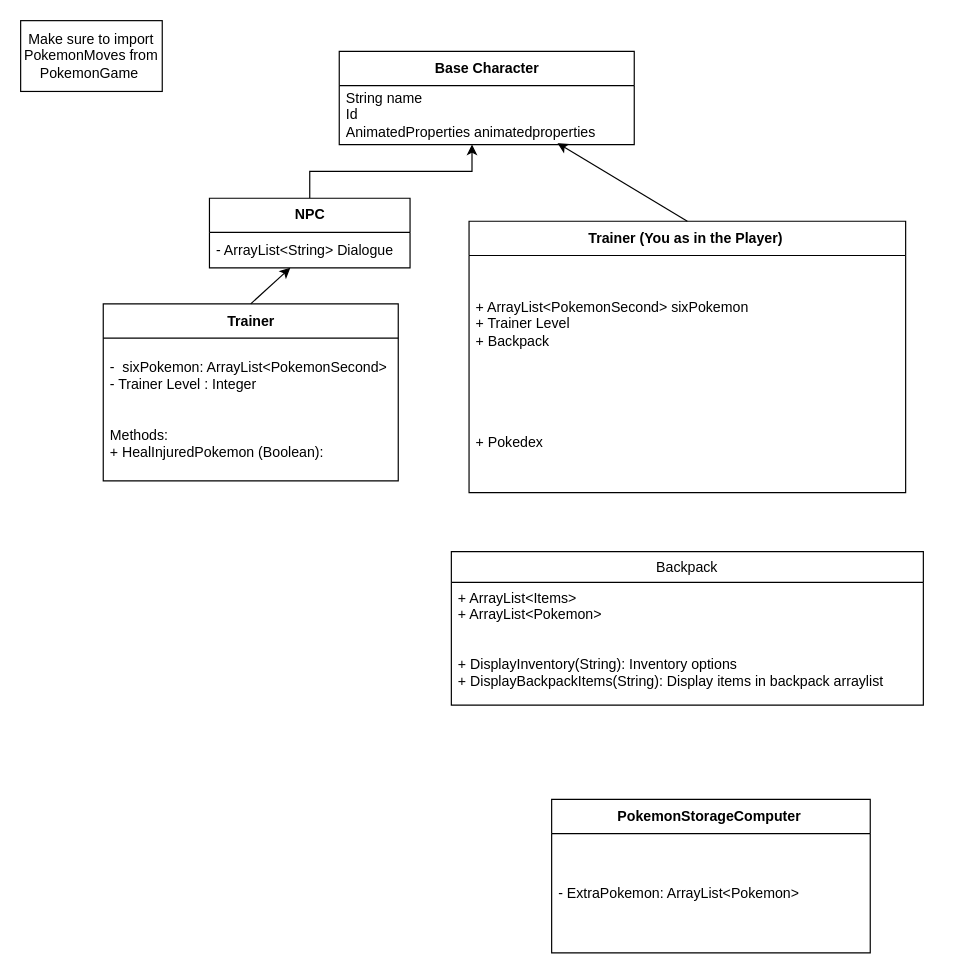
The draw.io diagram Character.drawio in Seneca-Foundation/WebPokedexGame, before the edit. Source tidied: cells renumbered, new cells numbered last; positions are measured from the earlier drawing's top-left corner, leaving out a move shared by most shapes. Both pictures are drawn from the tidied source at 118%, with x=0, y=0 at pixel (20, 20).
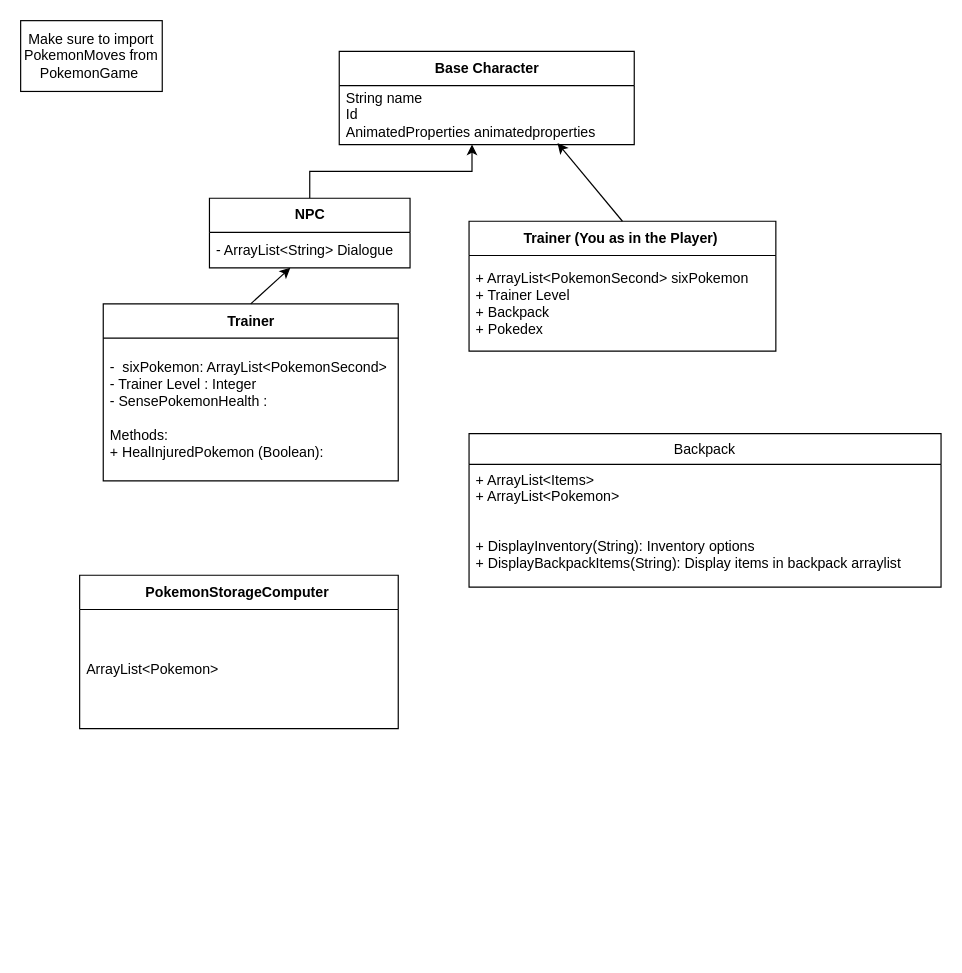
The same diagram, later.

The edit, as a diff of the source:
```diff
@@
 <mxGraphModel>
   <root>
     <mxCell id="0" />
     <mxCell id="1" parent="0" />
     <mxCell id="2" value="Base Character" style="swimlane;fontStyle=1;align=center;verticalAlign=middle;horizontal=1;startSize=29;html=1;" parent="1" vertex="1">
       <mxGeometry x="270" y="26" width="250" height="79" as="geometry" />
     </mxCell>
     <mxCell id="3" value="String name&lt;br&gt;Id&lt;br&gt;AnimatedProperties animatedproperties&amp;nbsp;" style="text;html=1;strokeColor=none;fillColor=none;align=left;verticalAlign=middle;spacingLeft=4;spacingRight=4;overflow=hidden;points=[[0,0.5],[1,0.5]];portConstraint=eastwest;" parent="2" vertex="1">
       <mxGeometry y="29" width="250" height="50" as="geometry" />
     </mxCell>
     <mxCell id="4" value="Trainer" style="swimlane;fontStyle=1;align=center;verticalAlign=middle;horizontal=1;startSize=29;html=1;" parent="1" vertex="1">
       <mxGeometry x="70" y="240" width="250" height="150" as="geometry" />
     </mxCell>
-    <mxCell id="5" value="-&amp;nbsp; sixPokemon: ArrayList&amp;lt;PokemonSecond&amp;gt;&lt;br&gt;- Trainer Level : Integer&amp;nbsp;&lt;br&gt;&lt;br&gt;&lt;br&gt;Methods:&amp;nbsp;&lt;br&gt;+ HealInjuredPokemon (Boolean):&amp;nbsp;" style="text;html=1;strokeColor=none;fillColor=none;align=left;verticalAlign=middle;spacingLeft=4;spacingRight=4;overflow=hidden;" parent="4" vertex="1">
+    <mxCell id="5" value="-&amp;nbsp; sixPokemon: ArrayList&amp;lt;PokemonSecond&amp;gt;&lt;br&gt;- Trainer Level : Integer&amp;nbsp;&lt;br&gt;- SensePokemonHealth :&amp;nbsp;&lt;br&gt;&lt;br&gt;Methods:&amp;nbsp;&lt;br&gt;+ HealInjuredPokemon (Boolean):&amp;nbsp;" style="text;html=1;strokeColor=none;fillColor=none;align=left;verticalAlign=middle;spacingLeft=4;spacingRight=4;overflow=hidden;" parent="4" vertex="1">
       <mxGeometry y="29" width="250" height="121" as="geometry" />
     </mxCell>
     <mxCell id="6" style="edgeStyle=orthogonalEdgeStyle;rounded=0;jettySize=auto;html=1;exitX=0.5;exitY=0;exitDx=0;exitDy=0;entryX=0.45;entryY=1;entryDx=0;entryDy=0;entryPerimeter=0;" parent="1" edge="1" source="7" target="3">
       <mxGeometry relative="1" as="geometry" />
     </mxCell>
     <mxCell id="7" value="NPC" style="swimlane;fontStyle=1;align=center;verticalAlign=middle;horizontal=1;startSize=29;html=1;" parent="1" vertex="1">
       <mxGeometry x="160" y="150.5" width="170" height="59" as="geometry" />
     </mxCell>
     <mxCell id="8" value="- ArrayList&amp;lt;String&amp;gt; Dialogue" style="text;html=1;strokeColor=none;fillColor=none;align=left;verticalAlign=middle;spacingLeft=4;spacingRight=4;overflow=hidden;points=[[0,0.5],[1,0.5]];portConstraint=eastwest;" parent="7" vertex="1">
       <mxGeometry y="29" width="170" height="30" as="geometry" />
     </mxCell>
     <mxCell id="9" value="Trainer (You as in the Player)&amp;nbsp;" style="swimlane;fontStyle=1;align=center;verticalAlign=middle;horizontal=1;startSize=29;html=1;" parent="1" vertex="1">
-      <mxGeometry x="380" y="170" width="370" height="230" as="geometry" />
+      <mxGeometry x="380" y="170" width="260" height="110" as="geometry" />
     </mxCell>
-    <mxCell id="10" value="+ ArrayList&amp;lt;PokemonSecond&amp;gt; sixPokemon&lt;br&gt;+ Trainer Level&lt;br&gt;+ Backpack&lt;br&gt;&lt;br&gt;&lt;br&gt;&lt;br&gt;&lt;br&gt;&lt;br&gt;+ Pokedex" style="text;html=1;strokeColor=none;fillColor=none;align=left;verticalAlign=middle;spacingLeft=4;spacingRight=4;overflow=hidden;" parent="9" vertex="1">
-      <mxGeometry y="29" width="370" height="201" as="geometry" />
+    <mxCell id="10" value="+ ArrayList&amp;lt;PokemonSecond&amp;gt; sixPokemon&lt;br&gt;+ Trainer Level&lt;br&gt;+ Backpack&lt;br&gt;+ Pokedex" style="text;html=1;strokeColor=none;fillColor=none;align=left;verticalAlign=middle;spacingLeft=4;spacingRight=4;overflow=hidden;" parent="9" vertex="1">
+      <mxGeometry y="29" width="260" height="81" as="geometry" />
     </mxCell>
     <mxCell id="11" style="endArrow=classic;html=1;exitX=0.5;exitY=0;exitDx=0;exitDy=0;" parent="1" edge="1" source="4" target="8">
       <mxGeometry relative="1" as="geometry" />
     </mxCell>
     <mxCell id="12" style="endArrow=classic;html=1;exitX=0.5;exitY=0;exitDx=0;exitDy=0;entryX=0.74;entryY=0.976;entryDx=0;entryDy=0;entryPerimeter=0;" parent="1" edge="1" source="9" target="3">
       <mxGeometry relative="1" as="geometry" />
     </mxCell>
     <mxCell id="13" value="Backpack" style="swimlane;fontStyle=0;horizontal=1;startSize=26;" parent="1" vertex="1">
-      <mxGeometry x="365" y="450" width="400" height="130" as="geometry" />
+      <mxGeometry x="380" y="350" width="400" height="130" as="geometry" />
     </mxCell>
     <mxCell id="14" value="+ ArrayList&lt;Items&gt;&#10;+ ArrayList&lt;Pokemon&gt;&#10;&#10;&#10;+ DisplayInventory(String): Inventory options&#10;+ DisplayBackpackItems(String): Display items in backpack arraylist" style="text;strokeColor=none;fillColor=none;align=left;verticalAlign=top;spacingLeft=4;spacingRight=4;overflow=hidden;" parent="13" vertex="1">
       <mxGeometry y="26" width="400" height="104" as="geometry" />
     </mxCell>
     <mxCell id="15" value="Make sure to import PokemonMoves from PokemonGame&amp;nbsp;" style="rounded=0;whiteSpace=wrap;html=1;" parent="1" vertex="1">
       <mxGeometry width="120" height="60" as="geometry" />
     </mxCell>
     <mxCell id="16" value="PokemonStorageComputer&amp;nbsp;" style="swimlane;fontStyle=1;align=center;verticalAlign=middle;horizontal=1;startSize=29;html=1;" parent="1" vertex="1">
-      <mxGeometry x="450" y="660" width="270" height="130" as="geometry" />
+      <mxGeometry x="50" y="470" width="270" height="130" as="geometry" />
     </mxCell>
-    <mxCell id="17" value="- ExtraPokemon: ArrayList&amp;lt;Pokemon&amp;gt;&lt;br&gt;" style="text;html=1;strokeColor=none;fillColor=none;align=left;verticalAlign=middle;spacingLeft=4;spacingRight=4;overflow=hidden;" parent="16" vertex="1">
+    <mxCell id="17" value="ArrayList&amp;lt;Pokemon&amp;gt;" style="text;html=1;strokeColor=none;fillColor=none;align=left;verticalAlign=middle;spacingLeft=4;spacingRight=4;overflow=hidden;" parent="16" vertex="1">
       <mxGeometry y="29" width="270" height="101" as="geometry" />
     </mxCell>
   </root>
 </mxGraphModel>
```
